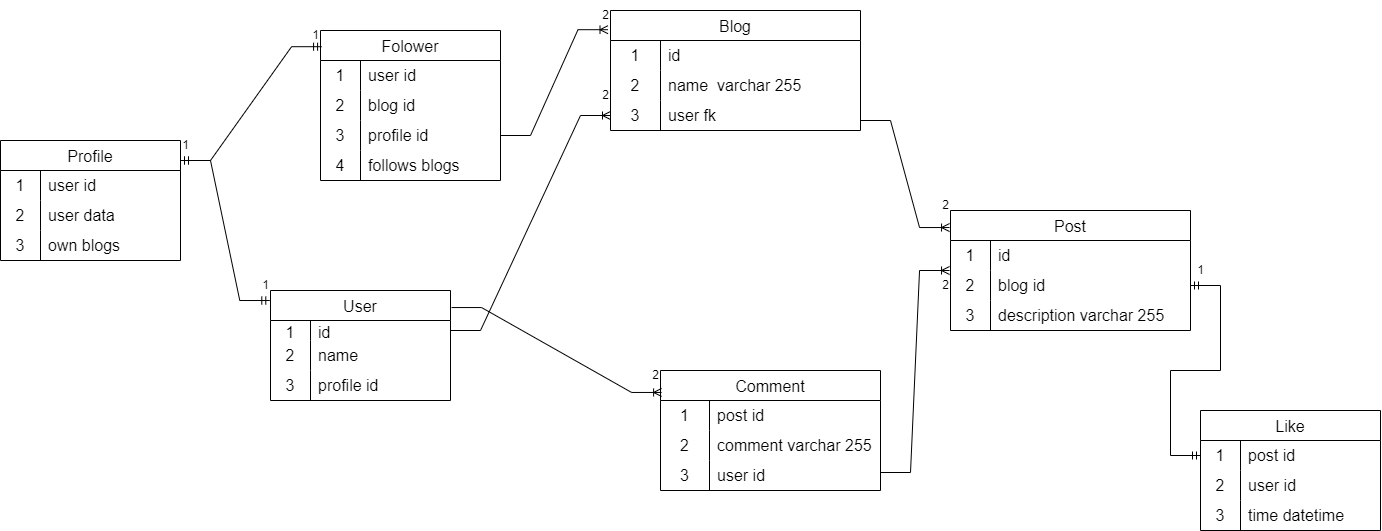
Earlier version of the draw.io export hw_6/hw_6.png (Sanchous315896/back-end-django). Source tidied: cells renumbered, new cells last; positions are measured from the earlier drawing's top-left corner, leaving out a move shared by most shapes.
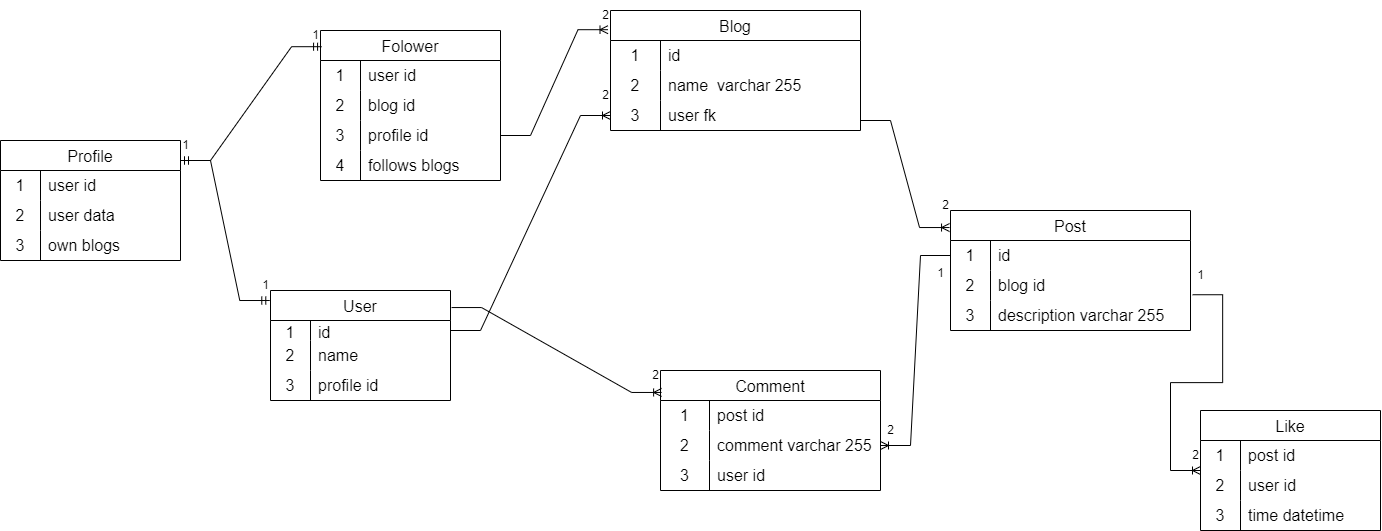
After the commit.

Change to the diagram source:
```diff
@@ -252,12 +252,6 @@
     <mxCell id="80" style="edgeStyle=entityRelationEdgeStyle;fontSize=12;html=1;endArrow=ERoneToMany;rounded=0;exitX=1.006;exitY=0.155;exitDx=0;exitDy=0;exitPerimeter=0;entryX=0.005;entryY=0.183;entryDx=0;entryDy=0;entryPerimeter=0;" parent="1" edge="1" source="22" target="62">
       <mxGeometry relative="1" as="geometry" />
     </mxCell>
-    <mxCell id="81" style="edgeStyle=entityRelationEdgeStyle;fontSize=12;html=1;endArrow=ERoneToMany;rounded=0;entryX=-0.004;entryY=0.15;entryDx=0;entryDy=0;entryPerimeter=0;" parent="1" edge="1">
-      <mxGeometry relative="1" as="geometry">
-        <mxPoint x="880" y="472" as="sourcePoint" />
-        <mxPoint x="949" y="270" as="targetPoint" />
-      </mxGeometry>
-    </mxCell>
     <mxCell id="82" value="1" style="text;html=1;align=center;verticalAlign=middle;strokeColor=none;fillColor=none;" parent="1" vertex="1">
       <mxGeometry x="300" y="20" width="30" height="30" as="geometry" />
     </mxCell>
@@ -276,21 +270,36 @@
     <mxCell id="87" value="2" style="text;html=1;align=center;verticalAlign=middle;strokeColor=none;fillColor=none;" parent="1" vertex="1">
       <mxGeometry x="640" y="360" width="30" height="30" as="geometry" />
     </mxCell>
-    <mxCell id="88" value="2" style="text;html=1;align=center;verticalAlign=middle;strokeColor=none;fillColor=none;" parent="1" vertex="1">
-      <mxGeometry x="930" y="270" width="30" height="30" as="geometry" />
-    </mxCell>
     <mxCell id="89" value="2" style="text;html=1;align=center;verticalAlign=middle;strokeColor=none;fillColor=none;" parent="1" vertex="1">
       <mxGeometry x="930" y="190" width="30" height="30" as="geometry" />
     </mxCell>
-    <mxCell id="90" style="edgeStyle=entityRelationEdgeStyle;rounded=0;jettySize=auto;html=1;exitX=0;exitY=0.5;exitDx=0;exitDy=0;entryX=1;entryY=0.5;entryDx=0;entryDy=0;fontSize=12;endArrow=ERmandOne;startArrow=ERmandOne;" parent="1" edge="1" source="33" target="46">
-      <mxGeometry relative="1" as="geometry">
-        <Array as="points">
-          <mxPoint x="1190" y="390" />
-        </Array>
-      </mxGeometry>
-    </mxCell>
     <mxCell id="91" value="1" style="text;html=1;align=center;verticalAlign=middle;strokeColor=none;fillColor=none;" parent="1" vertex="1">
-      <mxGeometry x="1185" y="255" width="30" height="30" as="geometry" />
+      <mxGeometry x="1185" y="260" width="30" height="30" as="geometry" />
     </mxCell>
+    <mxCell id="92" style="edgeStyle=entityRelationEdgeStyle;fontSize=12;html=1;endArrow=ERoneToMany;rounded=0;entryX=1;entryY=0.5;entryDx=0;entryDy=0;exitX=0;exitY=0.5;exitDx=0;exitDy=0;" parent="1" edge="1" source="43" target="66">
+      <mxGeometry relative="1" as="geometry">
+        <Array as="points">
+          <mxPoint x="940" y="270" />
+          <mxPoint x="950" y="440" />
+        </Array>
+      </mxGeometry>
+    </mxCell>
+    <mxCell id="93" style="edgeStyle=entityRelationEdgeStyle;fontSize=12;html=1;endArrow=ERoneToMany;rounded=0;exitX=1.009;exitY=0.808;exitDx=0;exitDy=0;exitPerimeter=0;" parent="1" edge="1" source="46">
+      <mxGeometry relative="1" as="geometry">
+        <mxPoint x="1200" y="470" as="targetPoint" />
+        <Array as="points">
+          <mxPoint x="1160" y="550" />
+        </Array>
+      </mxGeometry>
+    </mxCell>
+    <mxCell id="94" value="2" style="text;html=1;align=center;verticalAlign=middle;strokeColor=none;fillColor=none;" parent="1" vertex="1">
+      <mxGeometry x="1180" y="440" width="30" height="30" as="geometry" />
+    </mxCell>
+    <mxCell id="95" value="2" style="text;html=1;align=center;verticalAlign=middle;strokeColor=none;fillColor=none;" parent="1" vertex="1">
+      <mxGeometry x="875" y="415" width="30" height="30" as="geometry" />
+    </mxCell>
+    <mxCell id="96" value="1" style="text;html=1;align=center;verticalAlign=middle;strokeColor=none;fillColor=none;" parent="1" vertex="1">
+      <mxGeometry x="925" y="258" width="30" height="30" as="geometry" />
+    </mxCell>
   </root>
 </mxGraphModel>
```
